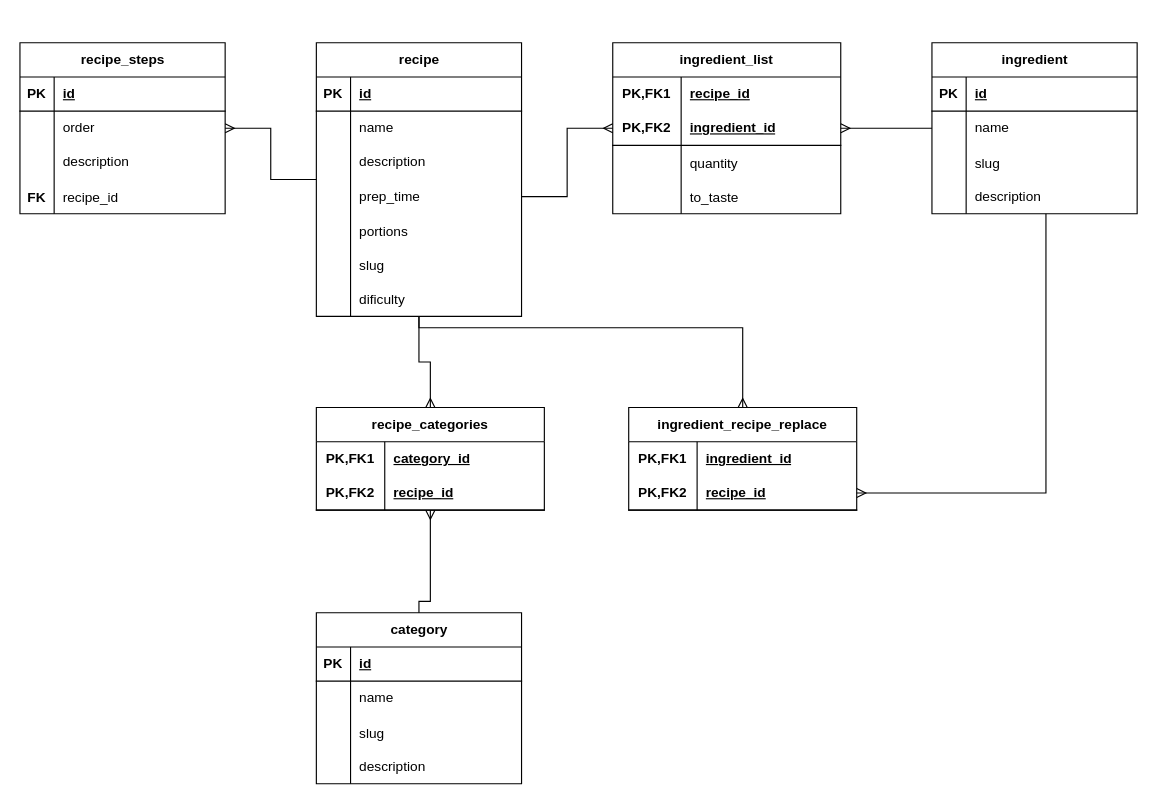
hannaBanannaOF/hbsites-architecture keeps this draw.io diagram as page "SousChef - Core" (4 of 4) of databasemodel.drawio. Above is the earlier version. Source tidied: cells renumbered, new cells numbered last; positions are measured from the earlier drawing's top-left corner, leaving out a move shared by most shapes. Both pictures are drawn from the tidied source at 114%, with x=0, y=0 at pixel (19, 42).
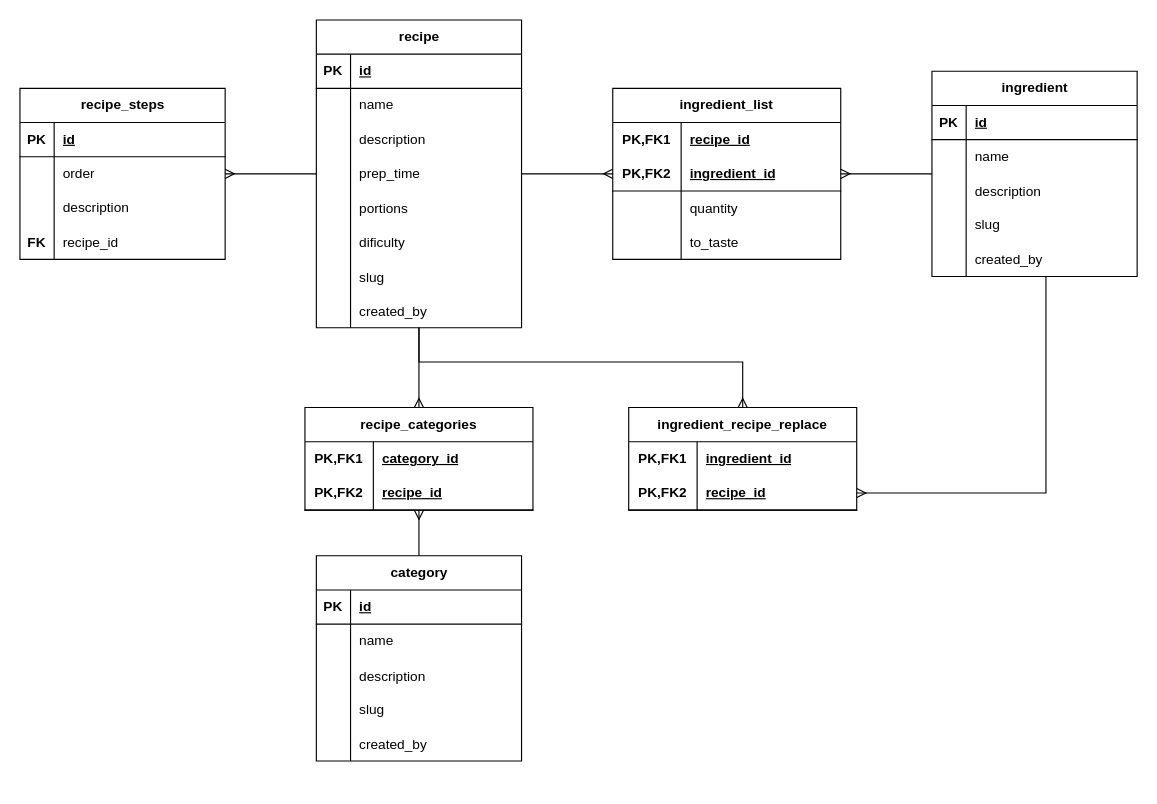
The same page after the edit.

The change refers to these unchanged cells:
```xml
<mxCell id="15" style="shape=tableRow;horizontal=0;startSize=0;swimlaneHead=0;swimlaneBody=0;fillColor=none;points=[[0,0.5],[1,0.5]];portConstraint=eastwest;top=0;left=0;right=0;bottom=0;" parent="5" vertex="1">
  <mxGeometry y="120" width="180" height="30" as="geometry" />
</mxCell>
<mxCell id="21" style="shape=tableRow;horizontal=0;startSize=0;swimlaneHead=0;swimlaneBody=0;fillColor=none;top=0;left=0;right=0;bottom=0;" parent="5" vertex="1">
  <mxGeometry y="180" width="180" height="30" as="geometry" />
</mxCell>
<mxCell id="36" style="shape=tableRow;horizontal=0;startSize=0;swimlaneHead=0;swimlaneBody=0;fillColor=none;top=0;left=0;right=0;bottom=0;" parent="29" vertex="1">
  <mxGeometry y="90" width="180" height="30" as="geometry" />
</mxCell>
<mxCell id="39" style="shape=tableRow;horizontal=0;startSize=0;swimlaneHead=0;swimlaneBody=0;fillColor=none;top=0;left=0;right=0;bottom=0;" parent="29" vertex="1">
  <mxGeometry y="120" width="180" height="30" as="geometry" />
</mxCell>
<mxCell id="49" style="shape=tableRow;horizontal=0;startSize=0;swimlaneHead=0;swimlaneBody=0;fillColor=none;top=0;left=0;right=0;bottom=0;" parent="42" vertex="1">
  <mxGeometry y="90" width="180" height="30" as="geometry" />
</mxCell>
<mxCell id="52" style="shape=tableRow;horizontal=0;startSize=0;swimlaneHead=0;swimlaneBody=0;fillColor=none;top=0;left=0;right=0;bottom=0;" parent="42" vertex="1">
  <mxGeometry y="120" width="180" height="30" as="geometry" />
</mxCell>
<mxCell id="77" value="ingredient_recipe_replace" style="shape=table;startSize=30;childLayout=tableLayout;rowLines=0;fontStyle=1;align=center;html=1;whiteSpace=wrap;" parent="1" vertex="1">
  <mxGeometry x="534" y="320" width="200" height="90" as="geometry" />
</mxCell>
```

Change to the diagram source:
```diff
@@
-    <mxCell id="2" style="edgeStyle=orthogonalEdgeStyle;rounded=0;jettySize=auto;html=1;exitX=0.5;exitY=1;exitDx=0;exitDy=0;entryX=0.5;entryY=0;entryDx=0;entryDy=0;endArrow=ERmany;endFill=0;" parent="1" edge="1" source="5" target="56">
+    <mxCell id="2" style="edgeStyle=orthogonalEdgeStyle;rounded=0;jettySize=auto;html=1;endArrow=ERmany;endFill=0;" parent="1" edge="1" source="5" target="56">
       <mxGeometry relative="1" as="geometry" />
     </mxCell>
     <mxCell id="3" style="edgeStyle=orthogonalEdgeStyle;rounded=0;jettySize=auto;html=1;endArrow=ERmany;endFill=0;" parent="1" edge="1" source="5" target="77">
       <mxGeometry relative="1" as="geometry">
         <Array as="points">
-          <mxPoint x="634" y="250" />
+          <mxPoint x="350" y="280" />
+          <mxPoint x="634" y="280" />
         </Array>
       </mxGeometry>
     </mxCell>
@@
     <mxCell id="5" value="recipe" style="shape=table;startSize=30;childLayout=tableLayout;rowLines=0;fontStyle=1;align=center;html=1;" parent="1" vertex="1">
-      <mxGeometry x="260" width="180" height="240" as="geometry" />
+      <mxGeometry x="260" y="-20" width="180" height="270" as="geometry" />
     </mxCell>
@@
-    <mxCell id="23" value="slug" style="shape=partialRectangle;fillColor=none;top=0;left=0;bottom=0;right=0;align=left;spacingLeft=6;overflow=hidden;" parent="21" vertex="1">
+    <mxCell id="23" value="dificulty" style="shape=partialRectangle;fillColor=none;top=0;left=0;bottom=0;right=0;align=left;spacingLeft=6;overflow=hidden;" parent="21" vertex="1">
       <mxGeometry x="30" width="150" height="30" as="geometry" />
     </mxCell>
+    <mxCell id="97" style="shape=tableRow;horizontal=0;startSize=0;swimlaneHead=0;swimlaneBody=0;fillColor=none;top=0;left=0;right=0;bottom=0;" parent="5" vertex="1">
+      <mxGeometry y="210" width="180" height="30" as="geometry" />
+    </mxCell>
+    <mxCell id="98" style="shape=partialRectangle;fillColor=none;top=0;left=0;bottom=0;right=0;overflow=hidden;" parent="97" vertex="1">
+      <mxGeometry width="30" height="30" as="geometry" />
+    </mxCell>
+    <mxCell id="99" value="slug" style="shape=partialRectangle;fillColor=none;top=0;left=0;bottom=0;right=0;align=left;spacingLeft=6;overflow=hidden;" parent="97" vertex="1">
+      <mxGeometry x="30" width="150" height="30" as="geometry" />
+    </mxCell>
     <mxCell id="24" style="shape=tableRow;horizontal=0;startSize=0;swimlaneHead=0;swimlaneBody=0;fillColor=none;top=0;left=0;right=0;bottom=0;" parent="5" vertex="1">
-      <mxGeometry y="210" width="180" height="30" as="geometry" />
+      <mxGeometry y="240" width="180" height="30" as="geometry" />
     </mxCell>
@@
-    <mxCell id="26" value="dificulty" style="shape=partialRectangle;fillColor=none;top=0;left=0;bottom=0;right=0;align=left;spacingLeft=6;overflow=hidden;" parent="24" vertex="1">
+    <mxCell id="26" value="created_by" style="shape=partialRectangle;fillColor=none;top=0;left=0;bottom=0;right=0;align=left;spacingLeft=6;overflow=hidden;" parent="24" vertex="1">
       <mxGeometry x="30" width="150" height="30" as="geometry" />
     </mxCell>
@@
     <mxCell id="29" value="ingredient" style="shape=table;startSize=30;childLayout=tableLayout;rowLines=0;fontStyle=1;align=center;html=1;" parent="1" vertex="1">
-      <mxGeometry x="800" width="180" height="150" as="geometry" />
+      <mxGeometry x="800" y="25" width="180" height="180" as="geometry" />
     </mxCell>
@@
-    <mxCell id="38" value="slug" style="shape=partialRectangle;fillColor=none;top=0;left=0;bottom=0;right=0;align=left;spacingLeft=6;overflow=hidden;" parent="36" vertex="1">
+    <mxCell id="38" value="description" style="shape=partialRectangle;fillColor=none;top=0;left=0;bottom=0;right=0;align=left;spacingLeft=6;overflow=hidden;" parent="36" vertex="1">
       <mxGeometry x="30" width="150" height="30" as="geometry" />
     </mxCell>
@@
-    <mxCell id="41" value="description" style="shape=partialRectangle;fillColor=none;top=0;left=0;bottom=0;right=0;align=left;spacingLeft=6;overflow=hidden;whiteSpace=wrap;html=1;" parent="39" vertex="1">
+    <mxCell id="41" value="slug" style="shape=partialRectangle;fillColor=none;top=0;left=0;bottom=0;right=0;align=left;spacingLeft=6;overflow=hidden;whiteSpace=wrap;html=1;" parent="39" vertex="1">
       <mxGeometry x="30" width="150" height="30" as="geometry" />
     </mxCell>
+    <mxCell id="100" style="shape=tableRow;horizontal=0;startSize=0;swimlaneHead=0;swimlaneBody=0;fillColor=none;top=0;left=0;right=0;bottom=0;" parent="29" vertex="1">
+      <mxGeometry y="150" width="180" height="30" as="geometry" />
+    </mxCell>
+    <mxCell id="101" style="shape=partialRectangle;fillColor=none;top=0;left=0;bottom=0;right=0;overflow=hidden;" parent="100" vertex="1">
+      <mxGeometry width="30" height="30" as="geometry" />
+    </mxCell>
+    <mxCell id="102" value="created_by" style="shape=partialRectangle;fillColor=none;top=0;left=0;bottom=0;right=0;align=left;spacingLeft=6;overflow=hidden;" parent="100" vertex="1">
+      <mxGeometry x="30" width="150" height="30" as="geometry" />
+    </mxCell>
     <mxCell id="42" value="category" style="shape=table;startSize=30;childLayout=tableLayout;rowLines=0;fontStyle=1;align=center;html=1;" parent="1" vertex="1">
-      <mxGeometry x="260" y="500" width="180" height="150" as="geometry" />
+      <mxGeometry x="260" y="450" width="180" height="180" as="geometry" />
     </mxCell>
@@
-    <mxCell id="51" value="slug" style="shape=partialRectangle;fillColor=none;top=0;left=0;bottom=0;right=0;align=left;spacingLeft=6;overflow=hidden;" parent="49" vertex="1">
+    <mxCell id="51" value="description" style="shape=partialRectangle;fillColor=none;top=0;left=0;bottom=0;right=0;align=left;spacingLeft=6;overflow=hidden;" parent="49" vertex="1">
       <mxGeometry x="30" width="150" height="30" as="geometry" />
     </mxCell>
@@
-    <mxCell id="54" value="description" style="shape=partialRectangle;fillColor=none;top=0;left=0;bottom=0;right=0;align=left;spacingLeft=6;overflow=hidden;whiteSpace=wrap;html=1;" parent="52" vertex="1">
+    <mxCell id="54" value="slug" style="shape=partialRectangle;fillColor=none;top=0;left=0;bottom=0;right=0;align=left;spacingLeft=6;overflow=hidden;whiteSpace=wrap;html=1;" parent="52" vertex="1">
       <mxGeometry x="30" width="150" height="30" as="geometry" />
     </mxCell>
+    <mxCell id="103" style="shape=tableRow;horizontal=0;startSize=0;swimlaneHead=0;swimlaneBody=0;fillColor=none;top=0;left=0;right=0;bottom=0;" parent="42" vertex="1">
+      <mxGeometry y="150" width="180" height="30" as="geometry" />
+    </mxCell>
+    <mxCell id="104" style="shape=partialRectangle;fillColor=none;top=0;left=0;bottom=0;right=0;overflow=hidden;" parent="103" vertex="1">
+      <mxGeometry width="30" height="30" as="geometry" />
+    </mxCell>
+    <mxCell id="105" value="created_by" style="shape=partialRectangle;fillColor=none;top=0;left=0;bottom=0;right=0;align=left;spacingLeft=6;overflow=hidden;" parent="103" vertex="1">
+      <mxGeometry x="30" width="150" height="30" as="geometry" />
+    </mxCell>
-    <mxCell id="55" style="edgeStyle=orthogonalEdgeStyle;rounded=0;jettySize=auto;html=1;exitX=0.5;exitY=1;exitDx=0;exitDy=0;startArrow=ERmany;startFill=0;endArrow=none;endFill=0;entryX=0.5;entryY=0;entryDx=0;entryDy=0;" parent="1" edge="1" source="56" target="42">
+    <mxCell id="55" style="edgeStyle=orthogonalEdgeStyle;rounded=0;jettySize=auto;html=1;startArrow=ERmany;startFill=0;endArrow=none;endFill=0;" parent="1" edge="1" source="56" target="42">
       <mxGeometry relative="1" as="geometry">
         <Array as="points">
-          <mxPoint x="360" y="490" />
-          <mxPoint x="350" y="490" />
+          <mxPoint x="360" y="510" />
+          <mxPoint x="360" y="510" />
         </Array>
       </mxGeometry>
     </mxCell>
     <mxCell id="56" value="recipe_categories" style="shape=table;startSize=30;childLayout=tableLayout;rowLines=0;fontStyle=1;align=center;html=1;whiteSpace=wrap;" parent="1" vertex="1">
-      <mxGeometry x="260" y="320" width="200" height="90" as="geometry" />
+      <mxGeometry x="250" y="320" width="200" height="90" as="geometry" />
     </mxCell>
@@
     <mxCell id="63" value="ingredient_list" style="shape=table;startSize=30;childLayout=tableLayout;rowLines=0;fontStyle=1;align=center;html=1;whiteSpace=wrap;" parent="1" vertex="1">
-      <mxGeometry x="520" width="200" height="150" as="geometry" />
+      <mxGeometry x="520" y="40" width="200" height="150" as="geometry" />
     </mxCell>
@@
-    <mxCell id="76" style="edgeStyle=orthogonalEdgeStyle;rounded=0;jettySize=auto;html=1;exitX=1;exitY=0.5;exitDx=0;exitDy=0;endArrow=ERmany;endFill=0;" parent="1" edge="1" source="15" target="63">
+    <mxCell id="76" style="edgeStyle=orthogonalEdgeStyle;rounded=0;jettySize=auto;html=1;endArrow=ERmany;endFill=0;" parent="1" edge="1" source="5" target="63">
       <mxGeometry relative="1" as="geometry" />
     </mxCell>
@@
     <mxCell id="84" value="recipe_steps" style="shape=table;startSize=30;childLayout=tableLayout;rowLines=0;fontStyle=1;align=center;html=1;" parent="1" vertex="1">
-      <mxGeometry width="180" height="150" as="geometry" />
+      <mxGeometry y="40" width="180" height="150" as="geometry" />
     </mxCell>
```
